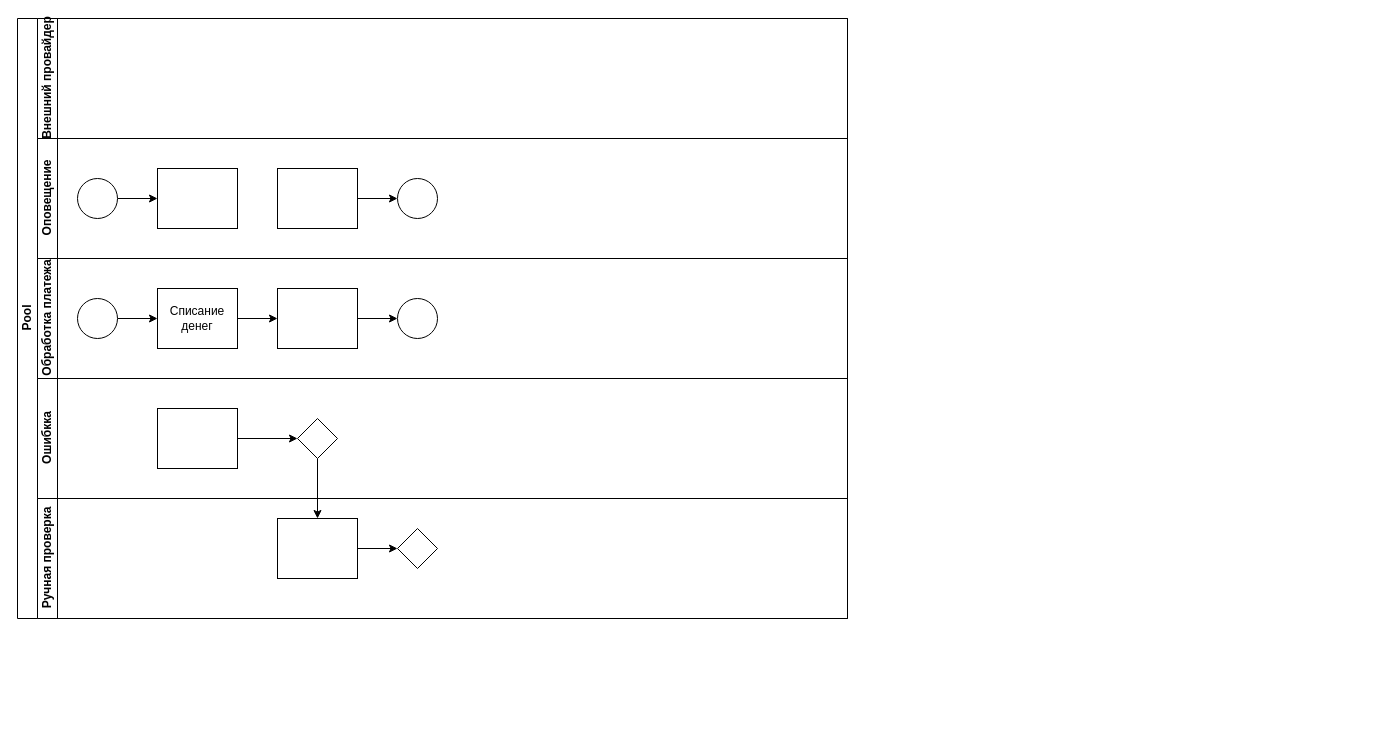
Shura-mint213/journal keeps this draw.io diagram as orchestrpay-payment-process.drawio. Above is the earlier version. Source tidied: cells renumbered, new cells numbered last; positions are measured from the earlier drawing's top-left corner, leaving out a move shared by most shapes. Both pictures are drawn from the tidied source at 100%, with x=0, y=0 at pixel (17, 18).
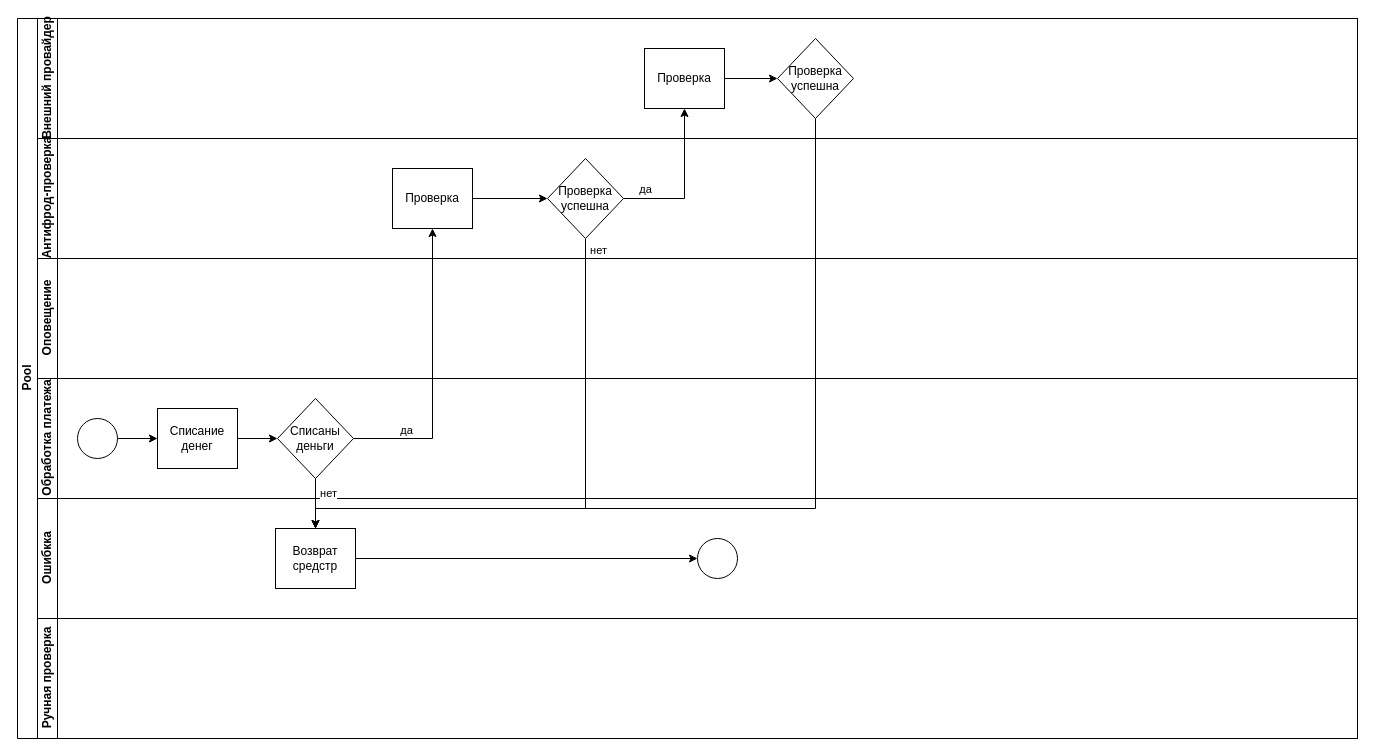
Above is the later version.

Unchanged cells that the change refers to:
```xml
<mxCell id="16" value="Списание денег" style="rounded=0;whiteSpace=wrap;html=1;fontFamily=Helvetica;fontSize=12;fontColor=#000000;align=center;" parent="12" vertex="1">
  <mxGeometry x="120" y="30" width="80" height="60" as="geometry" />
</mxCell>
```

Change to the diagram source:
```diff
@@
     <mxCell id="2" value="Pool" style="swimlane;html=1;horizontal=0;startSize=20;" parent="1" vertex="1">
-      <mxGeometry width="830" height="600" as="geometry" />
+      <mxGeometry width="1340" height="720" as="geometry" />
     </mxCell>
-    <mxCell id="3" style="edgeStyle=orthogonalEdgeStyle;rounded=0;jettySize=auto;html=1;endArrow=classic;endFill=1;" parent="2" edge="1" source="23" target="26">
-      <mxGeometry relative="1" as="geometry" />
-    </mxCell>
     <mxCell id="4" value="Внешний провайдер" style="swimlane;html=1;startSize=20;horizontal=0;" parent="2" vertex="1">
-      <mxGeometry x="20" width="810" height="120" as="geometry" />
+      <mxGeometry x="20" width="1320" height="120" as="geometry" />
     </mxCell>
+    <mxCell id="28" style="edgeStyle=orthogonalEdgeStyle;rounded=0;jettySize=auto;html=1;entryX=0;entryY=0.5;entryDx=0;entryDy=0;" parent="4" edge="1" source="29" target="30">
+      <mxGeometry relative="1" as="geometry" />
+    </mxCell>
+    <mxCell id="29" value="Проверка" style="rounded=0;whiteSpace=wrap;html=1;fontFamily=Helvetica;fontSize=12;fontColor=#000000;align=center;" parent="4" vertex="1">
+      <mxGeometry x="607" y="30" width="80" height="60" as="geometry" />
+    </mxCell>
+    <mxCell id="30" value="Проверка успешна" style="rhombus;whiteSpace=wrap;html=1;fontFamily=Helvetica;fontSize=12;fontColor=#000000;align=center;" parent="4" vertex="1">
+      <mxGeometry x="740" y="20" width="76" height="80" as="geometry" />
+    </mxCell>
+    <mxCell id="31" value="&lt;p&gt;Антифрод-проверка&lt;/p&gt;" style="swimlane;html=1;startSize=20;horizontal=0;" parent="2" vertex="1">
+      <mxGeometry x="20" y="120" width="1320" height="120" as="geometry" />
+    </mxCell>
+    <mxCell id="32" style="edgeStyle=orthogonalEdgeStyle;rounded=0;jettySize=auto;html=1;" parent="31" edge="1" source="33" target="34">
+      <mxGeometry relative="1" as="geometry" />
+    </mxCell>
+    <mxCell id="33" value="Проверка" style="rounded=0;whiteSpace=wrap;html=1;fontFamily=Helvetica;fontSize=12;fontColor=#000000;align=center;" parent="31" vertex="1">
+      <mxGeometry x="355" y="30" width="80" height="60" as="geometry" />
+    </mxCell>
+    <mxCell id="34" value="Проверка успешна" style="rhombus;whiteSpace=wrap;html=1;fontFamily=Helvetica;fontSize=12;fontColor=#000000;align=center;" parent="31" vertex="1">
+      <mxGeometry x="510" y="20" width="76" height="80" as="geometry" />
+    </mxCell>
     <mxCell id="5" value="Оповещение" style="swimlane;html=1;startSize=20;horizontal=0;" parent="2" vertex="1">
-      <mxGeometry x="20" y="120" width="810" height="120" as="geometry" />
+      <mxGeometry x="20" y="240" width="1320" height="120" as="geometry" />
     </mxCell>
-    <mxCell id="6" style="edgeStyle=orthogonalEdgeStyle;rounded=0;jettySize=auto;html=1;" parent="5" edge="1" source="7" target="8">
-      <mxGeometry relative="1" as="geometry" />
-    </mxCell>
-    <mxCell id="7" style="ellipse;whiteSpace=wrap;html=1;" parent="5" vertex="1">
-      <mxGeometry x="40" y="40" width="40" height="40" as="geometry" />
-    </mxCell>
-    <mxCell id="8" style="rounded=0;whiteSpace=wrap;html=1;fontFamily=Helvetica;fontSize=12;fontColor=#000000;align=center;" parent="5" vertex="1">
-      <mxGeometry x="120" y="30" width="80" height="60" as="geometry" />
-    </mxCell>
-    <mxCell id="9" style="edgeStyle=orthogonalEdgeStyle;rounded=0;jettySize=auto;html=1;endArrow=classic;endFill=1;" parent="5" edge="1" source="10" target="11">
-      <mxGeometry relative="1" as="geometry" />
-    </mxCell>
-    <mxCell id="10" style="rounded=0;whiteSpace=wrap;html=1;fontFamily=Helvetica;fontSize=12;fontColor=#000000;align=center;" parent="5" vertex="1">
-      <mxGeometry x="240" y="30" width="80" height="60" as="geometry" />
-    </mxCell>
-    <mxCell id="11" style="ellipse;whiteSpace=wrap;html=1;" parent="5" vertex="1">
-      <mxGeometry x="360" y="40" width="40" height="40" as="geometry" />
-    </mxCell>
     <mxCell id="12" value="Обработка платежа" style="swimlane;html=1;startSize=20;horizontal=0;" parent="2" vertex="1">
-      <mxGeometry x="20" y="240" width="810" height="120" as="geometry" />
+      <mxGeometry x="20" y="360" width="1320" height="120" as="geometry" />
     </mxCell>
@@
-    <mxCell id="15" style="edgeStyle=orthogonalEdgeStyle;rounded=0;jettySize=auto;html=1;" parent="12" edge="1" source="16" target="18">
+    <mxCell id="15" style="edgeStyle=orthogonalEdgeStyle;rounded=0;jettySize=auto;html=1;entryX=0;entryY=0.5;entryDx=0;entryDy=0;" parent="12" edge="1" source="16" target="35">
       <mxGeometry relative="1" as="geometry" />
     </mxCell>
@@
+    <mxCell id="35" value="Списаны деньги" style="rhombus;whiteSpace=wrap;html=1;fontFamily=Helvetica;fontSize=12;fontColor=#000000;align=center;" parent="12" vertex="1">
+      <mxGeometry x="240" y="20" width="76" height="80" as="geometry" />
+    </mxCell>
+    <mxCell id="20" value="Ошибкка" style="swimlane;html=1;startSize=20;horizontal=0;" parent="2" vertex="1">
+      <mxGeometry x="20" y="480" width="1320" height="120" as="geometry" />
+    </mxCell>
+    <mxCell id="36" style="edgeStyle=orthogonalEdgeStyle;rounded=0;jettySize=auto;html=1;entryX=0;entryY=0.5;entryDx=0;entryDy=0;" parent="20" edge="1" source="22" target="37">
+      <mxGeometry relative="1" as="geometry" />
+    </mxCell>
+    <mxCell id="22" value="Возврат средстр" style="rounded=0;whiteSpace=wrap;html=1;fontFamily=Helvetica;fontSize=12;fontColor=#000000;align=center;" parent="20" vertex="1">
+      <mxGeometry x="238" y="30" width="80" height="60" as="geometry" />
+    </mxCell>
+    <mxCell id="37" style="ellipse;whiteSpace=wrap;html=1;" parent="20" vertex="1">
+      <mxGeometry x="660" y="40" width="40" height="40" as="geometry" />
+    </mxCell>
+    <mxCell id="24" value="Ручная проверка" style="swimlane;html=1;startSize=20;horizontal=0;" parent="2" vertex="1">
+      <mxGeometry x="20" y="600" width="1320" height="120" as="geometry" />
+    </mxCell>
+    <mxCell id="38" style="edgeStyle=orthogonalEdgeStyle;rounded=0;jettySize=auto;html=1;" parent="2" edge="1" source="35" target="22">
+      <mxGeometry relative="1" as="geometry" />
+    </mxCell>
+    <mxCell id="39" value="нет" style="edgeLabel;html=1;align=center;verticalAlign=middle;" parent="38" vertex="1">
+      <mxGeometry x="-0.46" y="-1" relative="1" as="geometry">
+        <mxPoint x="13" as="offset" />
+      </mxGeometry>
+    </mxCell>
-    <mxCell id="17" style="edgeStyle=orthogonalEdgeStyle;rounded=0;jettySize=auto;html=1;endArrow=classic;endFill=1;" parent="12" edge="1" source="18" target="19">
+    <mxCell id="17" style="edgeStyle=orthogonalEdgeStyle;rounded=0;jettySize=auto;html=1;endArrow=classic;endFill=1;exitX=1;exitY=0.5;exitDx=0;exitDy=0;entryX=0.5;entryY=1;entryDx=0;entryDy=0;" parent="2" edge="1" source="35" target="33">
       <mxGeometry relative="1" as="geometry" />
     </mxCell>
-    <mxCell id="18" style="rounded=0;whiteSpace=wrap;html=1;fontFamily=Helvetica;fontSize=12;fontColor=#000000;align=center;" parent="12" vertex="1">
-      <mxGeometry x="240" y="30" width="80" height="60" as="geometry" />
-    </mxCell>
-    <mxCell id="19" style="ellipse;whiteSpace=wrap;html=1;" parent="12" vertex="1">
-      <mxGeometry x="360" y="40" width="40" height="40" as="geometry" />
-    </mxCell>
-    <mxCell id="20" value="Ошибкка" style="swimlane;html=1;startSize=20;horizontal=0;" parent="2" vertex="1">
-      <mxGeometry x="20" y="360" width="810" height="120" as="geometry" />
-    </mxCell>
-    <mxCell id="21" style="edgeStyle=orthogonalEdgeStyle;rounded=0;jettySize=auto;html=1;endArrow=classic;endFill=1;" parent="20" edge="1" source="22" target="23">
-      <mxGeometry relative="1" as="geometry" />
-    </mxCell>
-    <mxCell id="22" style="rounded=0;whiteSpace=wrap;html=1;fontFamily=Helvetica;fontSize=12;fontColor=#000000;align=center;" parent="20" vertex="1">
-      <mxGeometry x="120" y="30" width="80" height="60" as="geometry" />
-    </mxCell>
-    <mxCell id="23" style="rhombus;whiteSpace=wrap;html=1;fontFamily=Helvetica;fontSize=12;fontColor=#000000;align=center;" parent="20" vertex="1">
-      <mxGeometry x="260" y="40" width="40" height="40" as="geometry" />
-    </mxCell>
-    <mxCell id="24" value="Ручная проверка" style="swimlane;html=1;startSize=20;horizontal=0;" parent="2" vertex="1">
-      <mxGeometry x="20" y="480" width="810" height="120" as="geometry" />
-    </mxCell>
-    <mxCell id="25" style="edgeStyle=orthogonalEdgeStyle;rounded=0;jettySize=auto;html=1;endArrow=classic;endFill=1;" parent="24" edge="1" source="26" target="27">
-      <mxGeometry relative="1" as="geometry" />
-    </mxCell>
-    <mxCell id="26" style="rounded=0;whiteSpace=wrap;html=1;fontFamily=Helvetica;fontSize=12;fontColor=#000000;align=center;" parent="24" vertex="1">
-      <mxGeometry x="240" y="20" width="80" height="60" as="geometry" />
-    </mxCell>
-    <mxCell id="27" style="rhombus;whiteSpace=wrap;html=1;fontFamily=Helvetica;fontSize=12;fontColor=#000000;align=center;" parent="24" vertex="1">
-      <mxGeometry x="360" y="30" width="40" height="40" as="geometry" />
-    </mxCell>
+    <mxCell id="40" value="да" style="edgeLabel;html=1;align=center;verticalAlign=middle;" parent="17" vertex="1">
+      <mxGeometry x="-0.72" y="6" relative="1" as="geometry">
+        <mxPoint x="12" y="-3" as="offset" />
+      </mxGeometry>
+    </mxCell>
+    <mxCell id="41" style="edgeStyle=orthogonalEdgeStyle;rounded=0;jettySize=auto;html=1;entryX=0.5;entryY=1;entryDx=0;entryDy=0;" parent="2" edge="1" source="34" target="29">
+      <mxGeometry relative="1" as="geometry" />
+    </mxCell>
+    <mxCell id="42" value="да" style="edgeLabel;html=1;align=center;verticalAlign=middle;" parent="41" vertex="1">
+      <mxGeometry x="-0.63" y="2" relative="1" as="geometry">
+        <mxPoint x="-7" y="-8" as="offset" />
+      </mxGeometry>
+    </mxCell>
+    <mxCell id="43" style="edgeStyle=orthogonalEdgeStyle;rounded=0;jettySize=auto;html=1;entryX=0.5;entryY=0;entryDx=0;entryDy=0;" parent="2" edge="1" source="34" target="22">
+      <mxGeometry relative="1" as="geometry">
+        <Array as="points">
+          <mxPoint x="568" y="490" />
+          <mxPoint x="298" y="490" />
+        </Array>
+      </mxGeometry>
+    </mxCell>
+    <mxCell id="44" value="нет" style="edgeLabel;html=1;align=center;verticalAlign=middle;" parent="43" vertex="1">
+      <mxGeometry x="-0.96" y="-1" relative="1" as="geometry">
+        <mxPoint x="13" as="offset" />
+      </mxGeometry>
+    </mxCell>
+    <mxCell id="45" style="edgeStyle=orthogonalEdgeStyle;rounded=0;jettySize=auto;html=1;entryX=0.5;entryY=0;entryDx=0;entryDy=0;" parent="2" edge="1" source="30" target="22">
+      <mxGeometry relative="1" as="geometry">
+        <Array as="points">
+          <mxPoint x="798" y="490" />
+          <mxPoint x="298" y="490" />
+        </Array>
+      </mxGeometry>
+    </mxCell>
```
